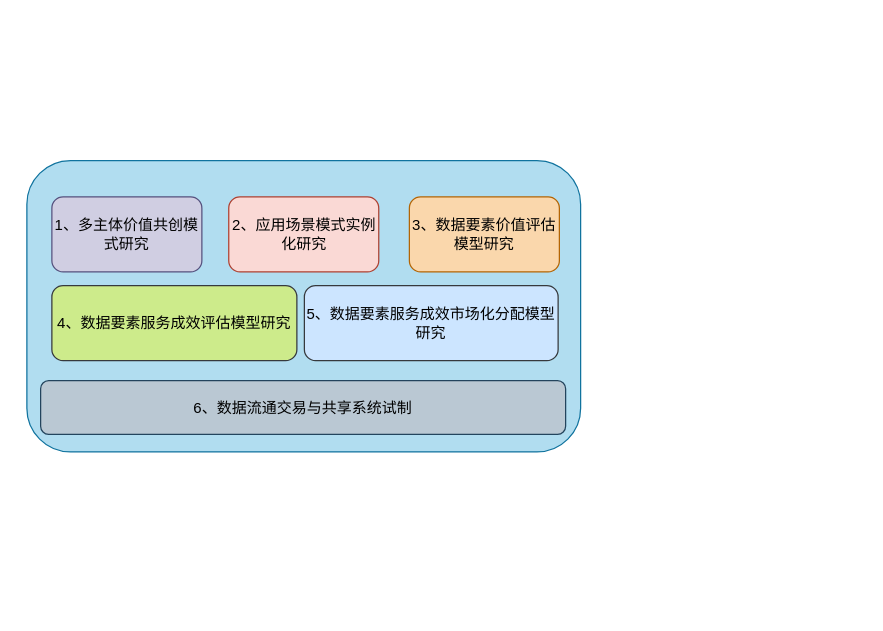
The draw.io diagram page "第 17 页" (17 of 17) of drawio/数据要素研究内容.drawio in raingnight/Blog_Pic, before the edit. Source tidied: cells renumbered, new cells numbered last; positions are measured from the earlier drawing's top-left corner, leaving out a move shared by most shapes. Both pictures are drawn from the tidied source at 125%, with x=0, y=0 at pixel (26, 160).
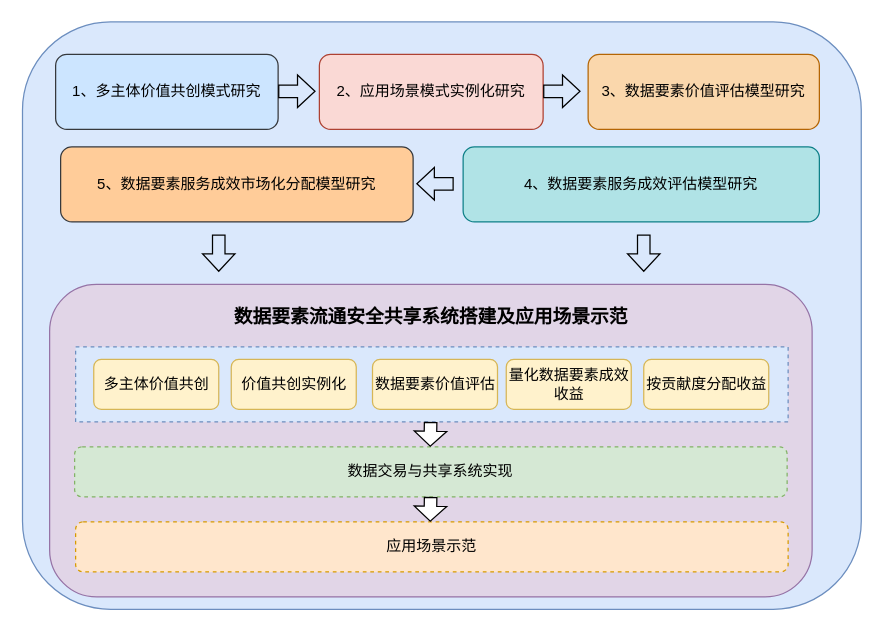
The same diagram, later.

Commit message:
更新数据要素研究内容.drawio

What changed in the source:
```diff
@@
-    <mxCell id="2" style="rounded=1;whiteSpace=wrap;html=1;fillColor=#b1ddf0;strokeColor=#10739e;" parent="1" vertex="1">
-      <mxGeometry width="443" height="233" as="geometry" />
+    <mxCell id="2" style="rounded=1;whiteSpace=wrap;html=1;fillColor=#dae8fc;strokeColor=#6c8ebf;" parent="1" vertex="1">
+      <mxGeometry x="-3.5" y="-111" width="671" height="470" as="geometry" />
     </mxCell>
+    <mxCell id="6" style="rounded=1;whiteSpace=wrap;html=1;fillColor=#e1d5e7;strokeColor=#9673a6;" parent="1" vertex="1">
+      <mxGeometry x="18.2" y="99" width="610" height="250" as="geometry" />
+    </mxCell>
+    <mxCell id="9" style="rounded=0;whiteSpace=wrap;html=1;dashed=1;fillColor=#dae8fc;strokeColor=#6c8ebf;" parent="1" vertex="1">
+      <mxGeometry x="39" y="149" width="570" height="60" as="geometry" />
+    </mxCell>
-    <mxCell id="3" value="1、多主体价值共创模式研究" style="rounded=1;whiteSpace=wrap;html=1;fillColor=#d0cee2;strokeColor=#56517e;" parent="1" vertex="1">
-      <mxGeometry x="20" y="29" width="120" height="60" as="geometry" />
+    <mxCell id="3" value="1、多主体价值共创模式研究" style="rounded=1;whiteSpace=wrap;html=1;fillColor=#cce5ff;strokeColor=#36393d;" parent="1" vertex="1">
+      <mxGeometry x="23" y="-85" width="178" height="60" as="geometry" />
     </mxCell>
     <mxCell id="4" value="2、应用场景模式实例化研究" style="rounded=1;whiteSpace=wrap;html=1;fillColor=#fad9d5;strokeColor=#ae4132;" parent="1" vertex="1">
-      <mxGeometry x="161.5" y="29" width="120" height="60" as="geometry" />
+      <mxGeometry x="234" y="-85" width="179" height="60" as="geometry" />
     </mxCell>
     <mxCell id="5" value="3、数据要素价值评估模型研究" style="rounded=1;whiteSpace=wrap;html=1;fillColor=#fad7ac;strokeColor=#b46504;" parent="1" vertex="1">
-      <mxGeometry x="306" y="29" width="120" height="60" as="geometry" />
+      <mxGeometry x="449" y="-85" width="185" height="60" as="geometry" />
     </mxCell>
-    <mxCell id="6" value="6、数据流通交易与共享系统试制" style="rounded=1;whiteSpace=wrap;html=1;fillColor=#bac8d3;strokeColor=#23445d;" parent="1" vertex="1">
-      <mxGeometry x="11" y="176" width="420" height="43" as="geometry" />
-    </mxCell>
-    <mxCell id="7" value="4、数据要素服务成效评估模型研究" style="rounded=1;whiteSpace=wrap;html=1;fillColor=#cdeb8b;strokeColor=#36393d;" parent="1" vertex="1">
-      <mxGeometry x="20" y="100" width="196" height="60" as="geometry" />
+    <mxCell id="7" value="4、数据要素服务成效评估模型研究" style="rounded=1;whiteSpace=wrap;html=1;fillColor=#b0e3e6;strokeColor=#0e8088;" parent="1" vertex="1">
+      <mxGeometry x="349" y="-11" width="285" height="60" as="geometry" />
     </mxCell>
-    <mxCell id="8" value="5、数据要素服务成效市场化分配模型研究" style="rounded=1;whiteSpace=wrap;html=1;fillColor=#cce5ff;strokeColor=#36393d;" parent="1" vertex="1">
-      <mxGeometry x="222" y="100" width="203" height="60" as="geometry" />
+    <mxCell id="8" value="5、数据要素服务成效市场化分配模型研究" style="rounded=1;whiteSpace=wrap;html=1;fillColor=#ffcc99;strokeColor=#36393d;" parent="1" vertex="1">
+      <mxGeometry x="27" y="-11" width="282" height="60" as="geometry" />
     </mxCell>
+    <mxCell id="10" style="shape=flexArrow;endArrow=classic;html=1;rounded=0;endWidth=15;endSize=4.33;" parent="1" edge="1">
+      <mxGeometry relative="1" as="geometry">
+        <mxPoint x="201" y="-55.5" as="sourcePoint" />
+        <mxPoint x="231" y="-55.5" as="targetPoint" />
+      </mxGeometry>
+    </mxCell>
+    <mxCell id="11" style="shape=flexArrow;endArrow=classic;html=1;rounded=0;endWidth=15;endSize=4.33;" parent="1" edge="1">
+      <mxGeometry relative="1" as="geometry">
+        <mxPoint x="413" y="-55.5" as="sourcePoint" />
+        <mxPoint x="443" y="-55.5" as="targetPoint" />
+      </mxGeometry>
+    </mxCell>
+    <mxCell id="12" value="多主体价值共创" style="rounded=1;whiteSpace=wrap;html=1;fillColor=#fff2cc;strokeColor=#d6b656;" parent="1" vertex="1">
+      <mxGeometry x="53.5" y="159" width="100" height="40" as="geometry" />
+    </mxCell>
+    <mxCell id="13" value="价值共创实例化" style="rounded=1;whiteSpace=wrap;html=1;fillColor=#fff2cc;strokeColor=#d6b656;" parent="1" vertex="1">
+      <mxGeometry x="163.5" y="159" width="100" height="40" as="geometry" />
+    </mxCell>
+    <mxCell id="14" value="数据要素价值评估" style="rounded=1;whiteSpace=wrap;html=1;fillColor=#fff2cc;strokeColor=#d6b656;" parent="1" vertex="1">
+      <mxGeometry x="276.5" y="159" width="100" height="40" as="geometry" />
+    </mxCell>
+    <mxCell id="15" value="量化数据要素成效收益" style="rounded=1;whiteSpace=wrap;html=1;fillColor=#fff2cc;strokeColor=#d6b656;" parent="1" vertex="1">
+      <mxGeometry x="383.5" y="159" width="100" height="40" as="geometry" />
+    </mxCell>
+    <mxCell id="16" value="按贡献度分配收益" style="rounded=1;whiteSpace=wrap;html=1;fillColor=#fff2cc;strokeColor=#d6b656;" parent="1" vertex="1">
+      <mxGeometry x="493.5" y="159" width="100" height="40" as="geometry" />
+    </mxCell>
+    <mxCell id="17" value="数据交易与共享系统实现" style="rounded=1;whiteSpace=wrap;html=1;dashed=1;fillColor=#d5e8d4;strokeColor=#82b366;" parent="1" vertex="1">
+      <mxGeometry x="38.2" y="229" width="570" height="40" as="geometry" />
+    </mxCell>
+    <mxCell id="18" value="应用场景示范" style="rounded=1;whiteSpace=wrap;html=1;dashed=1;fillColor=#ffe6cc;strokeColor=#d79b00;" parent="1" vertex="1">
+      <mxGeometry x="39" y="289" width="570" height="40" as="geometry" />
+    </mxCell>
+    <mxCell id="19" style="shape=flexArrow;endArrow=classic;html=1;rounded=0;endWidth=15;endSize=3.67;fillColor=default;" parent="1" edge="1">
+      <mxGeometry relative="1" as="geometry">
+        <mxPoint x="323" y="209" as="sourcePoint" />
+        <mxPoint x="322.7" y="229" as="targetPoint" />
+      </mxGeometry>
+    </mxCell>
+    <mxCell id="20" style="shape=flexArrow;endArrow=classic;html=1;rounded=0;endWidth=15;endSize=3.67;fillColor=default;" parent="1" edge="1">
+      <mxGeometry relative="1" as="geometry">
+        <mxPoint x="323" y="269" as="sourcePoint" />
+        <mxPoint x="322.7" y="289" as="targetPoint" />
+      </mxGeometry>
+    </mxCell>
+    <mxCell id="21" style="shape=flexArrow;endArrow=classic;html=1;rounded=0;endWidth=15;endSize=4.33;" parent="1" edge="1">
+      <mxGeometry relative="1" as="geometry">
+        <mxPoint x="341.5" y="18.5" as="sourcePoint" />
+        <mxPoint x="311.5" y="18.5" as="targetPoint" />
+      </mxGeometry>
+    </mxCell>
+    <mxCell id="22" style="shape=flexArrow;endArrow=classic;html=1;rounded=0;endWidth=15;endSize=4.33;" parent="1" edge="1">
+      <mxGeometry relative="1" as="geometry">
+        <mxPoint x="153.5" y="59" as="sourcePoint" />
+        <mxPoint x="153.5" y="89" as="targetPoint" />
+      </mxGeometry>
+    </mxCell>
+    <mxCell id="23" style="shape=flexArrow;endArrow=classic;html=1;rounded=0;endWidth=15;endSize=4.33;" parent="1" edge="1">
+      <mxGeometry relative="1" as="geometry">
+        <mxPoint x="493.5" y="59" as="sourcePoint" />
+        <mxPoint x="493.5" y="89" as="targetPoint" />
+      </mxGeometry>
+    </mxCell>
+    <mxCell id="24" value="&lt;b&gt;&lt;font style=&quot;font-size: 15px;&quot;&gt;数据要素流通安全共享系统搭建及应用场景示范&lt;/font&gt;&lt;/b&gt;" style="text;html=1;strokeColor=none;fillColor=none;align=center;verticalAlign=middle;whiteSpace=wrap;rounded=0;" parent="1" vertex="1">
+      <mxGeometry x="139.6" y="109" width="367.2" height="30" as="geometry" />
+    </mxCell>
```
